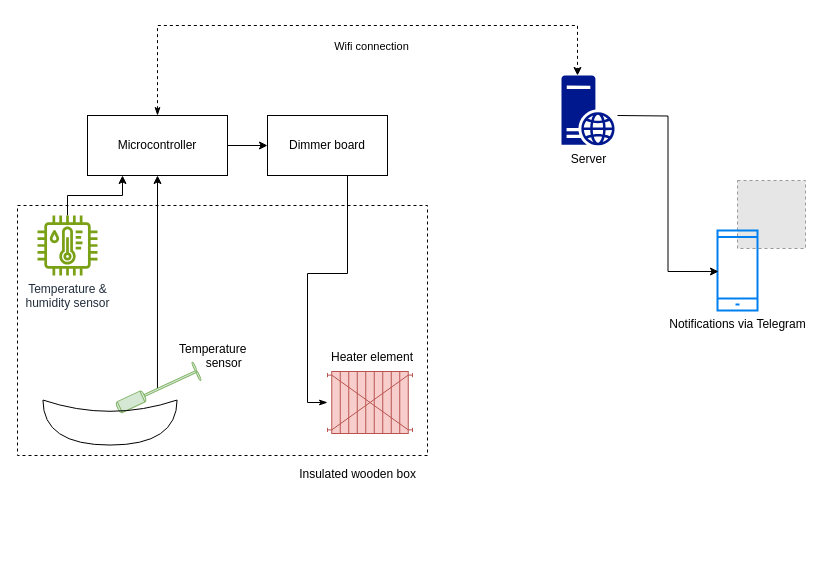
This is doc/architecture.drawio from palmarci/SmartFermentationChamber, a draw.io file, before an edit. Source tidied: cells renumbered, new cells numbered last; positions are measured from the earlier drawing's top-left corner, leaving out a move shared by most shapes. Both pictures are drawn from the tidied source at 100%, with x=0, y=0 at pixel (17, 25). Pictures stored in the file or linked from it are replaced by grey dashed boxes.
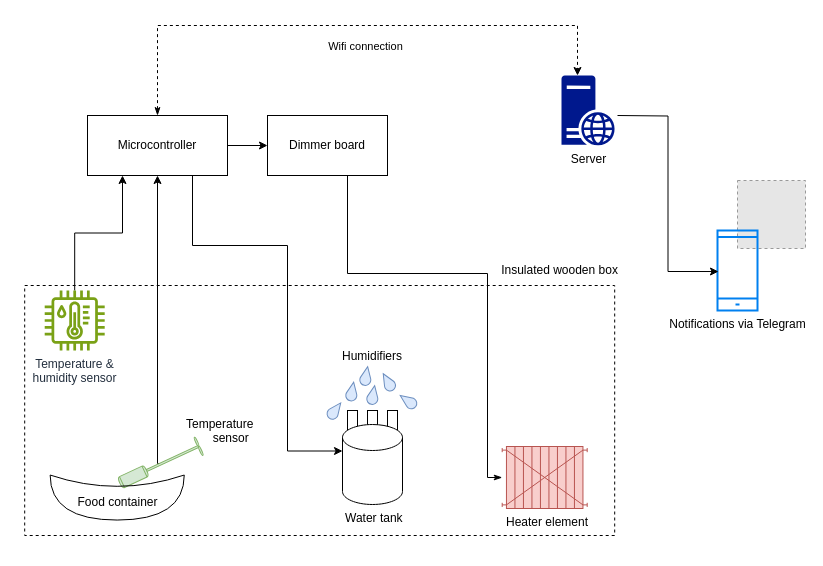
After the change.

Unchanged cells that the change refers to:
```xml
<mxCell id="11" style="edgeStyle=orthogonalEdgeStyle;rounded=0;jettySize=auto;html=1;startArrow=classicThin;startFill=1;dashed=1;" parent="1" edge="1" source="13">
  <mxGeometry relative="1" as="geometry">
    <mxPoint x="560" y="50" as="targetPoint" />
    <Array as="points">
      <mxPoint x="140" />
      <mxPoint x="560" />
    </Array>
  </mxGeometry>
</mxCell>
<mxCell id="13" value="Microcontroller" style="rounded=0;whiteSpace=wrap;html=1;fillColor=none;" parent="1" vertex="1">
  <mxGeometry x="70" y="90" width="140" height="60" as="geometry" />
</mxCell>
<mxCell id="16" value="Dimmer board" style="rounded=0;whiteSpace=wrap;html=1;fillColor=none;" parent="1" vertex="1">
  <mxGeometry x="250" y="90" width="120" height="60" as="geometry" />
</mxCell>
```

What changed in the source:
```diff
@@
     <mxCell id="2" style="rounded=0;whiteSpace=wrap;html=1;fillColor=none;dashed=1;" parent="1" vertex="1">
-      <mxGeometry y="180" width="410" height="250" as="geometry" />
+      <mxGeometry x="7.2" y="260" width="590" height="250" as="geometry" />
     </mxCell>
+    <mxCell id="22" style="rounded=0;whiteSpace=wrap;html=1;" parent="1" vertex="1">
+      <mxGeometry x="330" y="385" width="10" height="60" as="geometry" />
+    </mxCell>
     <mxCell id="3" style="edgeStyle=orthogonalEdgeStyle;rounded=0;jettySize=auto;html=1;entryX=0.5;entryY=1;entryDx=0;entryDy=0;startArrow=none;startFill=0;exitX=0.543;exitY=0.504;exitDx=0;exitDy=0;exitPerimeter=0;" parent="1" edge="1" source="4" target="13">
-      <mxGeometry relative="1" as="geometry" />
+      <mxGeometry relative="1" as="geometry">
+        <Array as="points">
+          <mxPoint x="140" y="438" />
+        </Array>
+      </mxGeometry>
     </mxCell>
     <mxCell id="4" style="shape=mxgraph.pid.vessels.prop_agitator;html=1;align=center;verticalLabelPosition=bottom;verticalAlign=top;dashed=0;rotation=-115;fillColor=#d5e8d4;strokeColor=#82b366;" parent="1" vertex="1">
-      <mxGeometry x="130" y="320" width="20" height="88" as="geometry" />
+      <mxGeometry x="132.2" y="395" width="20" height="88" as="geometry" />
     </mxCell>
@@
     <mxCell id="6" value="Temperature &amp;amp; &lt;br&gt;humidity sensor" style="sketch=0;outlineConnect=0;fontColor=#232F3E;gradientColor=none;fillColor=#7AA116;strokeColor=none;dashed=0;verticalLabelPosition=bottom;verticalAlign=top;align=center;html=1;fontSize=12;fontStyle=0;shape=mxgraph.aws4.iot_thing_temperature_humidity_sensor;" parent="1" vertex="1">
-      <mxGeometry x="20" y="190" width="60" height="60" as="geometry" />
+      <mxGeometry x="27.2" y="265" width="60" height="60" as="geometry" />
     </mxCell>
     <mxCell id="7" style="shape=xor;whiteSpace=wrap;html=1;rotation=90;fontColor=default;labelBackgroundColor=none;fillColor=none;" parent="1" vertex="1">
-      <mxGeometry x="70" y="330" width="45" height="134.1" as="geometry" />
+      <mxGeometry x="77.2" y="405" width="45" height="134.1" as="geometry" />
     </mxCell>
     <mxCell id="8" style="edgeStyle=orthogonalEdgeStyle;rounded=0;jettySize=auto;html=1;startArrow=classicThin;startFill=1;endArrow=none;endFill=0;" parent="1" edge="1" source="9" target="16">
       <mxGeometry relative="1" as="geometry">
         <Array as="points">
-          <mxPoint x="290" y="377" />
-          <mxPoint x="290" y="248" />
+          <mxPoint x="470" y="452" />
+          <mxPoint x="470" y="248" />
           <mxPoint x="330" y="248" />
         </Array>
       </mxGeometry>
     </mxCell>
     <mxCell id="9" style="shape=mxgraph.pid.heat_exchangers.plate_and_frame_heat_exchanger;html=1;align=center;verticalLabelPosition=bottom;verticalAlign=top;dashed=0;fillColor=#f8cecc;strokeColor=#b85450;" parent="1" vertex="1">
-      <mxGeometry x="310" y="346" width="85" height="62" as="geometry" />
+      <mxGeometry x="484.7" y="421" width="85" height="62" as="geometry" />
     </mxCell>
@@
     <mxCell id="12" value="Wifi connection" style="edgeLabel;html=1;align=center;verticalAlign=middle;labelBackgroundColor=none;" parent="11" vertex="1">
       <mxGeometry x="0.07" y="-1" relative="1" as="geometry">
-        <mxPoint x="3" y="19" as="offset" />
+        <mxPoint x="-3" y="19" as="offset" />
       </mxGeometry>
     </mxCell>
@@
     <mxCell id="14" value="&lt;div&gt;Temperature&amp;nbsp;&lt;/div&gt;&lt;div&gt;&amp;nbsp;&amp;nbsp;&amp;nbsp;&amp;nbsp;&amp;nbsp;&amp;nbsp;&amp;nbsp; sensor&lt;/div&gt;" style="text;whiteSpace=wrap;html=1;" parent="1" vertex="1">
-      <mxGeometry x="160" y="310" width="120" height="50" as="geometry" />
+      <mxGeometry x="167.2" y="385" width="120" height="50" as="geometry" />
     </mxCell>
     <mxCell id="15" value="Heater element" style="text;whiteSpace=wrap;html=1;" parent="1" vertex="1">
-      <mxGeometry x="312" y="318" width="110" height="40" as="geometry" />
+      <mxGeometry x="487.2" y="483" width="110" height="40" as="geometry" />
     </mxCell>
@@
     <mxCell id="20" value="Insulated wooden box" style="text;html=1;align=center;verticalAlign=middle;strokeColor=none;fillColor=none;" parent="1" vertex="1">
-      <mxGeometry x="270" y="434.1" width="140" height="30" as="geometry" />
+      <mxGeometry x="472.2" y="230" width="140" height="30" as="geometry" />
     </mxCell>
@@
+    <mxCell id="23" value="Food container" style="text;html=1;align=center;verticalAlign=middle;strokeColor=none;fillColor=none;" parent="1" vertex="1">
+      <mxGeometry x="49.7" y="462" width="100" height="30" as="geometry" />
+    </mxCell>
+    <mxCell id="24" value="&lt;div&gt;Water tank&lt;/div&gt;" style="text;whiteSpace=wrap;html=1;" parent="1" vertex="1">
+      <mxGeometry x="325.5" y="479" width="90" height="40" as="geometry" />
+    </mxCell>
+    <mxCell id="25" style="verticalLabelPosition=bottom;verticalAlign=top;html=1;shape=mxgraph.basic.drop;fillColor=#dae8fc;strokeColor=#6c8ebf;rotation=-55;" parent="1" vertex="1">
+      <mxGeometry x="385" y="366" width="11" height="19" as="geometry" />
+    </mxCell>
+    <mxCell id="26" style="rounded=0;whiteSpace=wrap;html=1;" parent="1" vertex="1">
+      <mxGeometry x="350" y="385" width="10" height="60" as="geometry" />
+    </mxCell>
+    <mxCell id="27" style="rounded=0;whiteSpace=wrap;html=1;" parent="1" vertex="1">
+      <mxGeometry x="370" y="385" width="10" height="60" as="geometry" />
+    </mxCell>
+    <mxCell id="28" style="shape=cylinder3;whiteSpace=wrap;html=1;boundedLbl=1;backgroundOutline=1;size=13;" parent="1" vertex="1">
+      <mxGeometry x="325" y="399" width="60" height="80" as="geometry" />
+    </mxCell>
+    <mxCell id="29" value="Humidifiers" style="text;whiteSpace=wrap;html=1;" parent="1" vertex="1">
+      <mxGeometry x="323" y="316.5" width="90" height="40" as="geometry" />
+    </mxCell>
+    <mxCell id="30" style="verticalLabelPosition=bottom;verticalAlign=top;html=1;shape=mxgraph.basic.drop;fillColor=#dae8fc;strokeColor=#6c8ebf;rotation=37;" parent="1" vertex="1">
+      <mxGeometry x="312" y="375.5" width="11" height="19" as="geometry" />
+    </mxCell>
+    <mxCell id="31" style="verticalLabelPosition=bottom;verticalAlign=top;html=1;shape=mxgraph.basic.drop;fillColor=#dae8fc;strokeColor=#6c8ebf;rotation=10;" parent="1" vertex="1">
+      <mxGeometry x="329" y="356.5" width="11" height="19" as="geometry" />
+    </mxCell>
+    <mxCell id="32" style="verticalLabelPosition=bottom;verticalAlign=top;html=1;shape=mxgraph.basic.drop;fillColor=#dae8fc;strokeColor=#6c8ebf;rotation=-30;" parent="1" vertex="1">
+      <mxGeometry x="365" y="347" width="11" height="19" as="geometry" />
+    </mxCell>
+    <mxCell id="33" style="verticalLabelPosition=bottom;verticalAlign=top;html=1;shape=mxgraph.basic.drop;fillColor=#dae8fc;strokeColor=#6c8ebf;rotation=10;" parent="1" vertex="1">
+      <mxGeometry x="350" y="360" width="11" height="19" as="geometry" />
+    </mxCell>
+    <mxCell id="34" style="verticalLabelPosition=bottom;verticalAlign=top;html=1;shape=mxgraph.basic.drop;fillColor=#dae8fc;strokeColor=#6c8ebf;rotation=10;" parent="1" vertex="1">
+      <mxGeometry x="343" y="341" width="11" height="19" as="geometry" />
+    </mxCell>
+    <mxCell id="35" style="edgeStyle=orthogonalEdgeStyle;rounded=0;jettySize=auto;html=1;exitX=0.75;exitY=1;exitDx=0;exitDy=0;entryX=0;entryY=0;entryDx=0;entryDy=26.5;entryPerimeter=0;" parent="1" edge="1" source="13" target="28">
+      <mxGeometry relative="1" as="geometry">
+        <Array as="points">
+          <mxPoint x="175" y="220" />
+          <mxPoint x="270" y="220" />
+          <mxPoint x="270" y="426" />
+        </Array>
+      </mxGeometry>
+    </mxCell>
```
